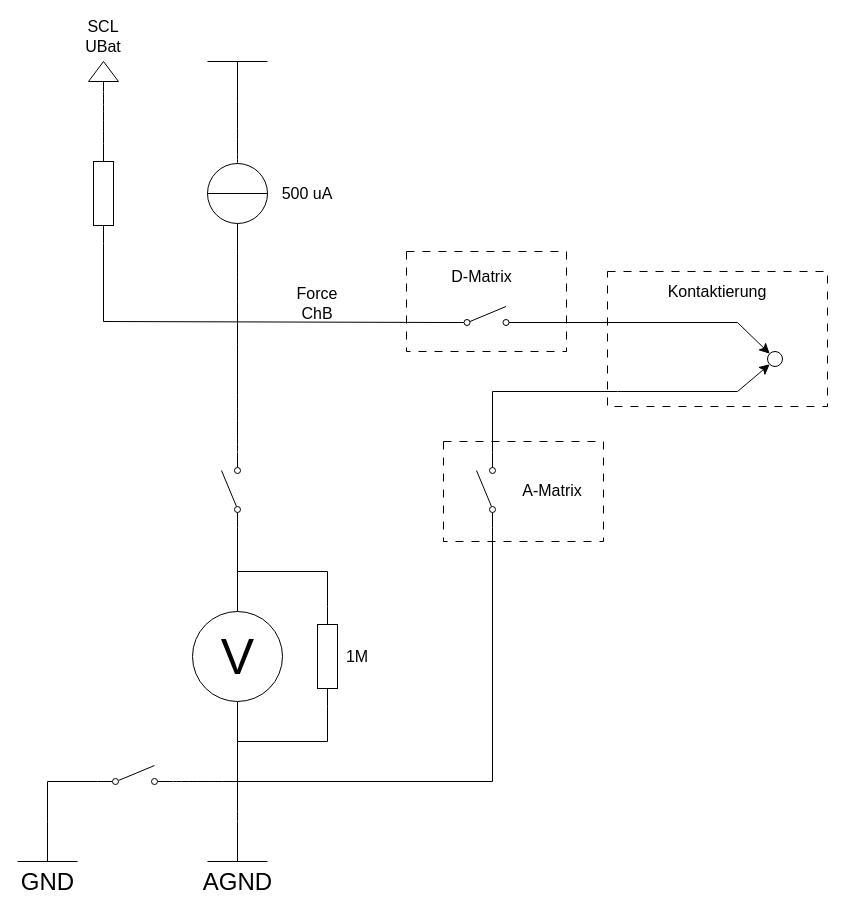
100prznt/DrawIo keeps this draw.io diagram as BSB_ESI_Kontakttest.drawio. Above is the earlier version. Source tidied: cells renumbered, new cells numbered last; positions are measured from the earlier drawing's top-left corner, leaving out a move shared by most shapes. Both pictures are drawn from the tidied source at 100%, with x=0, y=0 at pixel (17, 21).
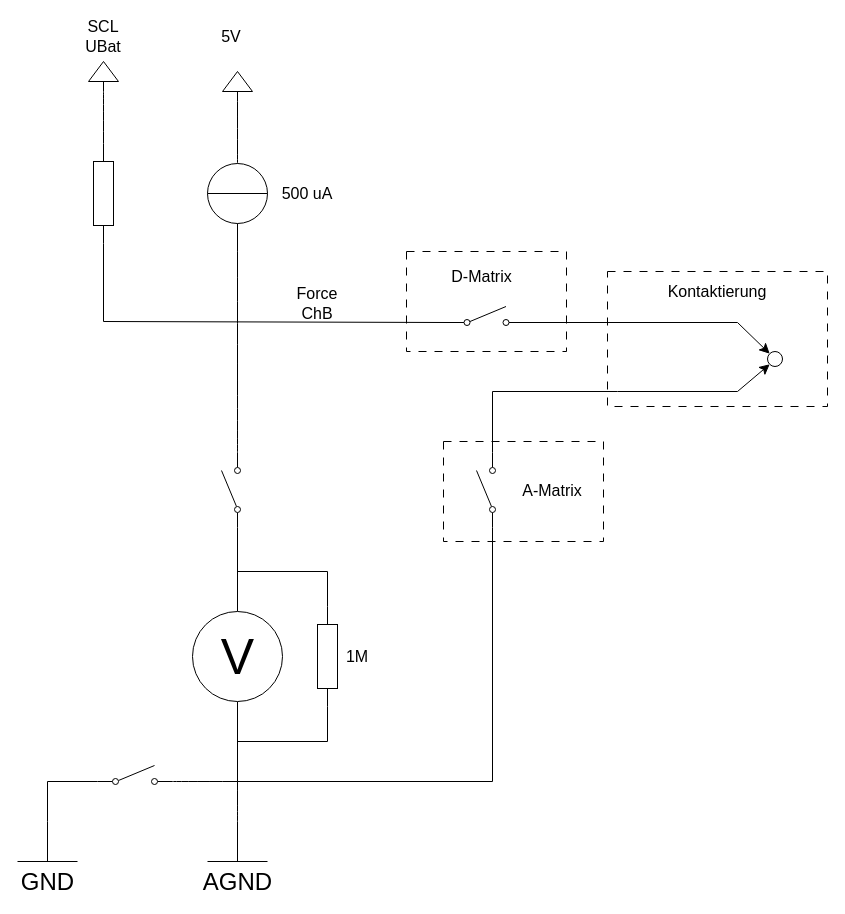
The same diagram, later.

The change refers to these unchanged cells:
```xml
<mxCell id="10" style="verticalLabelPosition=bottom;shadow=0;dashed=0;align=center;html=1;verticalAlign=top;shape=mxgraph.electrical.signal_sources.source;points=[[0.5,0,0],[1,0.5,0],[0.5,1,0],[0,0.5,0]];elSignalType=ideal;labelBackgroundColor=none;" parent="1" vertex="1">
  <mxGeometry x="190" y="142" width="60" height="60" as="geometry" />
</mxCell>
```

What changed in the source:
```diff
@@
-    <mxCell id="19" style="verticalLabelPosition=bottom;shadow=0;dashed=0;align=center;html=1;verticalAlign=top;shape=mxgraph.electrical.signal_sources.vss2;fontSize=24;flipV=1;direction=west;" parent="1" vertex="1">
-      <mxGeometry x="190" y="40" width="60" height="40" as="geometry" />
-    </mxCell>
-    <mxCell id="20" style="edgeStyle=none;curved=1;rounded=0;jettySize=auto;html=1;exitX=0.5;exitY=0;exitDx=0;exitDy=0;exitPerimeter=0;entryX=0.5;entryY=1;entryDx=0;entryDy=0;entryPerimeter=0;fontSize=12;startSize=8;endSize=8;endArrow=none;endFill=0;" parent="1" edge="1" source="10" target="19">
-      <mxGeometry relative="1" as="geometry" />
+    <mxCell id="20" style="edgeStyle=none;curved=1;rounded=0;jettySize=auto;html=1;exitX=0.5;exitY=0;exitDx=0;exitDy=0;exitPerimeter=0;entryX=0.5;entryY=1;entryDx=0;entryDy=0;entryPerimeter=0;fontSize=12;startSize=8;endSize=8;endArrow=none;endFill=0;" parent="1" edge="1" source="10">
+      <mxGeometry relative="1" as="geometry">
+        <mxPoint x="220" y="80" as="targetPoint" />
+      </mxGeometry>
     </mxCell>
@@
+    <mxCell id="38" style="verticalLabelPosition=bottom;shadow=0;dashed=0;align=center;html=1;verticalAlign=top;shape=mxgraph.electrical.signal_sources.signal_ground;direction=west;" parent="1" vertex="1">
+      <mxGeometry x="205" y="50" width="30" height="30" as="geometry" />
+    </mxCell>
+    <mxCell id="39" value="5V" style="text;strokeColor=none;fillColor=none;html=1;align=center;verticalAlign=middle;whiteSpace=wrap;rounded=0;fontSize=16;" parent="1" vertex="1">
+      <mxGeometry x="184" width="60" height="30" as="geometry" />
+    </mxCell>
```
